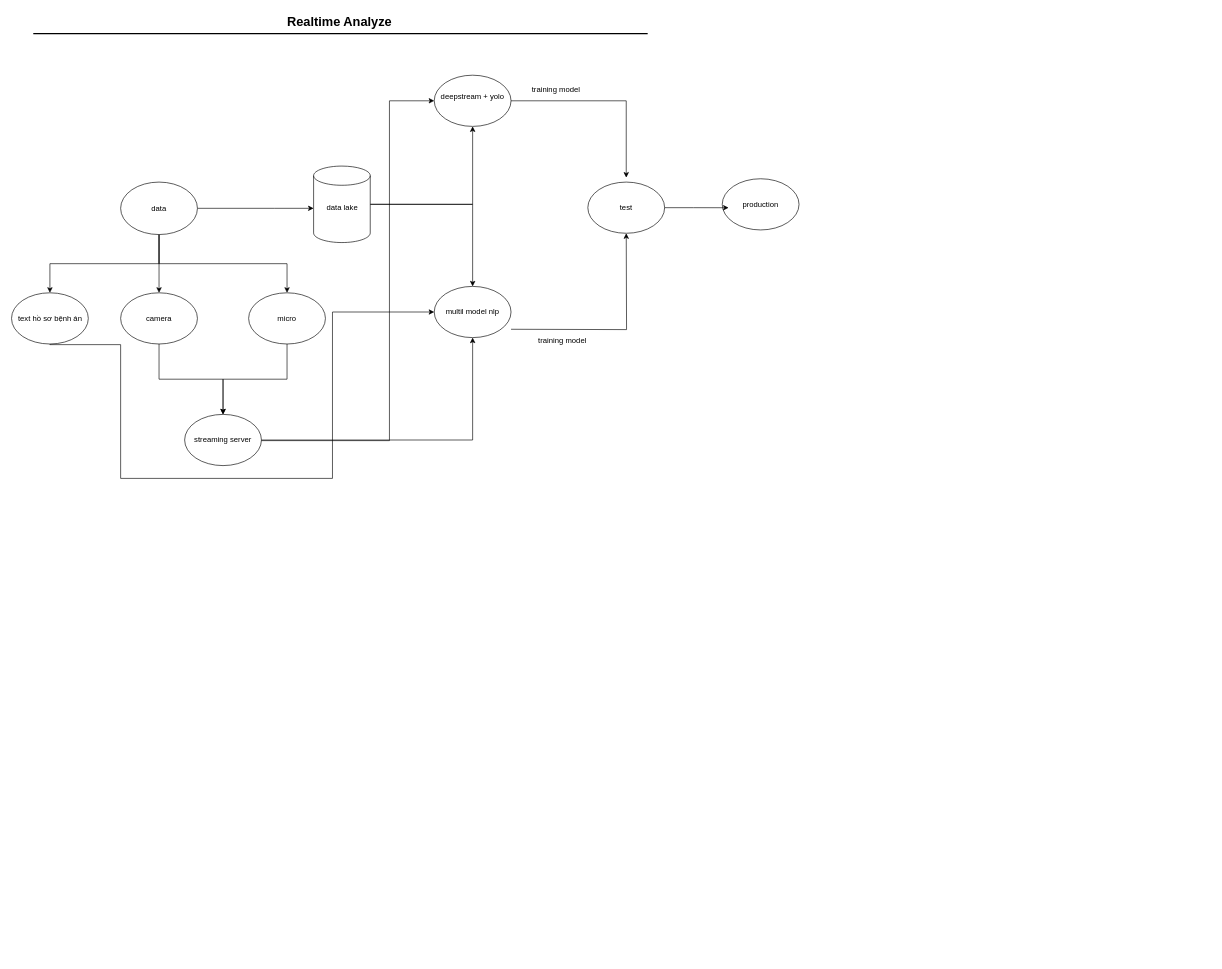
This is Biểu đồ không có tiêu đề.drawio from BachNguyen02122004/oopProject, a draw.io file, before an edit. Source tidied: cells renumbered, new cells numbered last; positions are measured from the earlier drawing's top-left corner, leaving out a move shared by most shapes. Both pictures are drawn from the tidied source at 64%, with x=0, y=0 at pixel (12, 11).
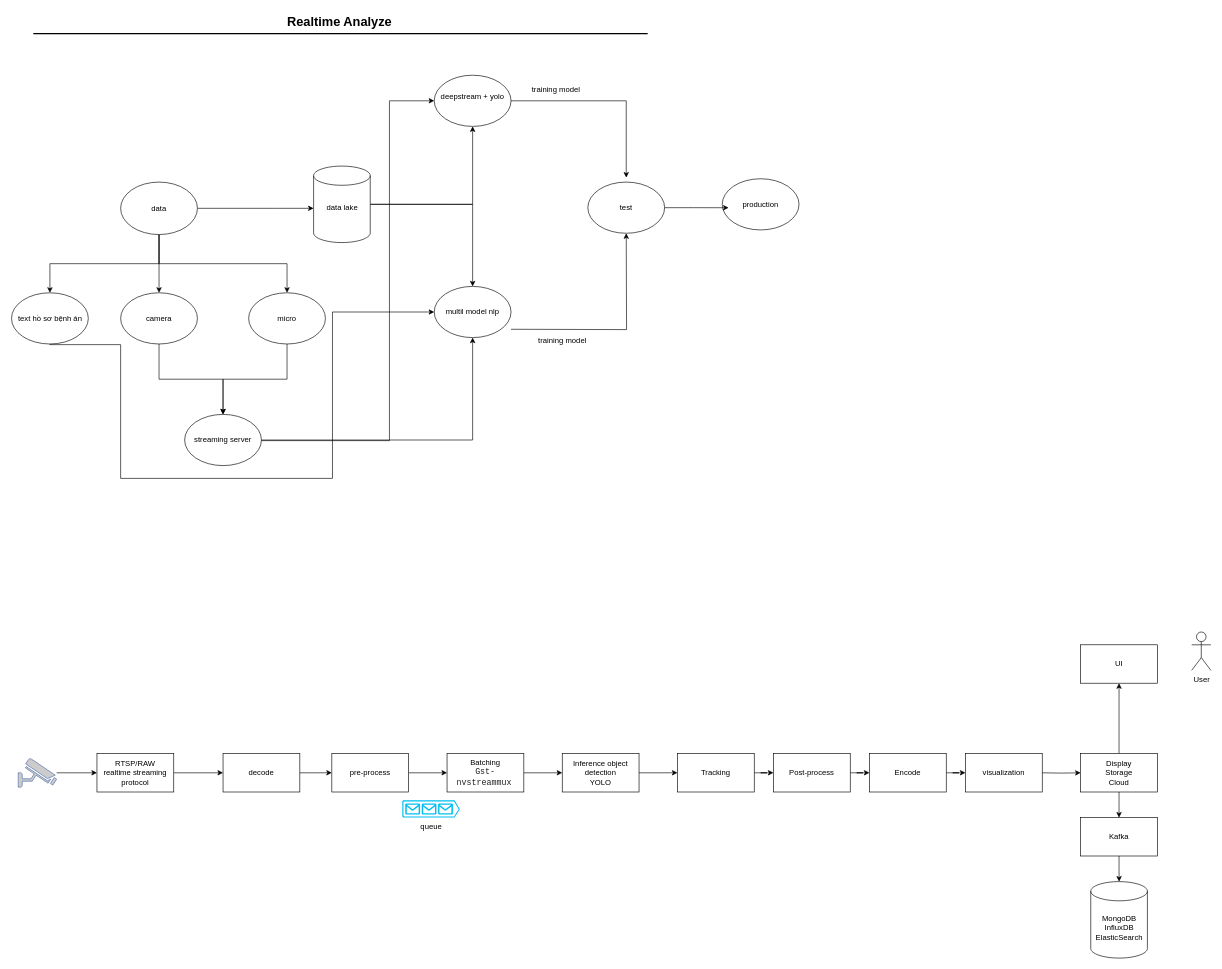
After the change.

Change to the diagram source:
```diff
@@
+    <mxCell id="30" style="edgeStyle=orthogonalEdgeStyle;rounded=0;jettySize=auto;html=1;" parent="1" edge="1" source="31" target="33">
+      <mxGeometry relative="1" as="geometry" />
+    </mxCell>
+    <mxCell id="31" style="fontColor=#0066CC;verticalAlign=top;verticalLabelPosition=bottom;labelPosition=center;align=center;html=1;outlineConnect=0;fillColor=#CCCCCC;strokeColor=#6881B3;gradientColor=none;gradientDirection=north;strokeWidth=2;shape=mxgraph.networks.security_camera;" parent="1" vertex="1">
+      <mxGeometry x="10" y="1167.5" width="60" height="45" as="geometry" />
+    </mxCell>
+    <mxCell id="32" style="edgeStyle=orthogonalEdgeStyle;rounded=0;jettySize=auto;html=1;" parent="1" edge="1" source="33" target="35">
+      <mxGeometry relative="1" as="geometry" />
+    </mxCell>
+    <mxCell id="33" value="RTSP/RAW&lt;br&gt;realtime streaming protocol" style="rounded=0;whiteSpace=wrap;html=1;" parent="1" vertex="1">
+      <mxGeometry x="133" y="1160" width="120" height="60" as="geometry" />
+    </mxCell>
+    <mxCell id="34" style="edgeStyle=orthogonalEdgeStyle;rounded=0;jettySize=auto;html=1;" parent="1" edge="1" source="35" target="37">
+      <mxGeometry relative="1" as="geometry" />
+    </mxCell>
+    <mxCell id="35" value="decode" style="rounded=0;whiteSpace=wrap;html=1;" parent="1" vertex="1">
+      <mxGeometry x="330" y="1160" width="120" height="60" as="geometry" />
+    </mxCell>
+    <mxCell id="36" style="edgeStyle=orthogonalEdgeStyle;rounded=0;jettySize=auto;html=1;" parent="1" edge="1" source="37" target="39">
+      <mxGeometry relative="1" as="geometry" />
+    </mxCell>
+    <mxCell id="37" value="pre-process" style="rounded=0;whiteSpace=wrap;html=1;" parent="1" vertex="1">
+      <mxGeometry x="500" y="1160" width="120" height="60" as="geometry" />
+    </mxCell>
+    <mxCell id="38" style="edgeStyle=orthogonalEdgeStyle;rounded=0;jettySize=auto;html=1;" parent="1" edge="1" source="39" target="51">
+      <mxGeometry relative="1" as="geometry" />
+    </mxCell>
+    <mxCell id="39" value="Batching&lt;div&gt;&lt;span style=&quot;font-family: &amp;quot;Courier New&amp;quot;; color: rgb(34, 34, 34); font-size: small; text-align: start;&quot; class=&quot;Code_Char&quot;&gt;Gst-nvstreammux&lt;/span&gt;&lt;span style=&quot;color: rgb(34, 34, 34); font-family: &amp;quot;Trebuchet MS&amp;quot;, Arial, FreeSans, sans-serif; font-size: small; text-align: start;&quot;&gt;&amp;nbsp;&lt;/span&gt;&lt;br&gt;&lt;/div&gt;" style="rounded=0;whiteSpace=wrap;html=1;" parent="1" vertex="1">
+      <mxGeometry x="680" y="1160" width="120" height="60" as="geometry" />
+    </mxCell>
+    <mxCell id="40" style="edgeStyle=orthogonalEdgeStyle;rounded=0;jettySize=auto;html=1;" parent="1" edge="1" source="41" target="57">
+      <mxGeometry relative="1" as="geometry" />
+    </mxCell>
+    <mxCell id="41" value="Tracking" style="rounded=0;whiteSpace=wrap;html=1;" parent="1" vertex="1">
+      <mxGeometry x="1040" y="1160" width="120" height="60" as="geometry" />
+    </mxCell>
+    <mxCell id="42" style="edgeStyle=orthogonalEdgeStyle;rounded=0;jettySize=auto;html=1;" parent="1" edge="1" target="46">
+      <mxGeometry relative="1" as="geometry">
+        <mxPoint x="1610" y="1190" as="sourcePoint" />
+      </mxGeometry>
+    </mxCell>
+    <mxCell id="43" value="visualization" style="rounded=0;whiteSpace=wrap;html=1;" parent="1" vertex="1">
+      <mxGeometry x="1490" y="1160" width="120" height="60" as="geometry" />
+    </mxCell>
+    <mxCell id="44" style="edgeStyle=orthogonalEdgeStyle;rounded=0;jettySize=auto;html=1;" parent="1" edge="1" source="46" target="53">
+      <mxGeometry relative="1" as="geometry" />
+    </mxCell>
+    <mxCell id="45" style="edgeStyle=orthogonalEdgeStyle;rounded=0;jettySize=auto;html=1;" parent="1" edge="1" source="46" target="48">
+      <mxGeometry relative="1" as="geometry" />
+    </mxCell>
+    <mxCell id="46" value="Display&lt;div&gt;Storage&lt;/div&gt;&lt;div&gt;Cloud&lt;/div&gt;" style="rounded=0;whiteSpace=wrap;html=1;" parent="1" vertex="1">
+      <mxGeometry x="1670" y="1160" width="120" height="60" as="geometry" />
+    </mxCell>
+    <mxCell id="47" value="MongoDB&lt;div&gt;InfluxDB&lt;/div&gt;&lt;div&gt;ElasticSearch&lt;/div&gt;" style="shape=cylinder3;whiteSpace=wrap;html=1;boundedLbl=1;backgroundOutline=1;size=15;labelBackgroundColor=none;direction=east;" parent="1" vertex="1">
+      <mxGeometry x="1685.8" y="1360" width="88.5" height="119.5" as="geometry" />
+    </mxCell>
+    <mxCell id="48" value="UI" style="rounded=0;whiteSpace=wrap;html=1;" parent="1" vertex="1">
+      <mxGeometry x="1670" y="990" width="120" height="60" as="geometry" />
+    </mxCell>
+    <mxCell id="49" value="User" style="shape=umlActor;verticalLabelPosition=bottom;verticalAlign=top;html=1;" parent="1" vertex="1">
+      <mxGeometry x="1843.5" y="970" width="30" height="60" as="geometry" />
+    </mxCell>
+    <mxCell id="50" style="edgeStyle=orthogonalEdgeStyle;rounded=0;jettySize=auto;html=1;" parent="1" edge="1" source="51" target="41">
+      <mxGeometry relative="1" as="geometry" />
+    </mxCell>
+    <mxCell id="51" value="Inference object detection&lt;div&gt;YOLO&lt;/div&gt;" style="rounded=0;whiteSpace=wrap;html=1;" parent="1" vertex="1">
+      <mxGeometry x="860" y="1160" width="120" height="60" as="geometry" />
+    </mxCell>
+    <mxCell id="52" style="edgeStyle=orthogonalEdgeStyle;rounded=0;jettySize=auto;html=1;" parent="1" edge="1" source="53" target="47">
+      <mxGeometry relative="1" as="geometry" />
+    </mxCell>
+    <mxCell id="53" value="Kafka" style="rounded=0;whiteSpace=wrap;html=1;" parent="1" vertex="1">
+      <mxGeometry x="1670" y="1260" width="120" height="60" as="geometry" />
+    </mxCell>
+    <mxCell id="54" style="verticalLabelPosition=bottom;html=1;verticalAlign=top;align=center;strokeColor=none;fillColor=#00BEF2;shape=mxgraph.azure.queue_generic;" parent="1" vertex="1">
+      <mxGeometry x="610" y="1233" width="90" height="27" as="geometry" />
+    </mxCell>
+    <mxCell id="55" value="queue" style="text;html=1;align=center;verticalAlign=middle;strokeColor=none;fillColor=none;" parent="1" vertex="1">
+      <mxGeometry x="625" y="1260" width="60" height="30" as="geometry" />
+    </mxCell>
+    <mxCell id="56" style="edgeStyle=orthogonalEdgeStyle;rounded=0;jettySize=auto;html=1;" parent="1" edge="1" source="57" target="59">
+      <mxGeometry relative="1" as="geometry" />
+    </mxCell>
+    <mxCell id="57" value="Post-process" style="rounded=0;whiteSpace=wrap;html=1;" parent="1" vertex="1">
+      <mxGeometry x="1190" y="1160" width="120" height="60" as="geometry" />
+    </mxCell>
+    <mxCell id="58" style="edgeStyle=orthogonalEdgeStyle;rounded=0;jettySize=auto;html=1;" parent="1" edge="1" source="59" target="43">
+      <mxGeometry relative="1" as="geometry" />
+    </mxCell>
+    <mxCell id="59" value="Encode" style="rounded=0;whiteSpace=wrap;html=1;" parent="1" vertex="1">
+      <mxGeometry x="1340" y="1160" width="120" height="60" as="geometry" />
+    </mxCell>
```
